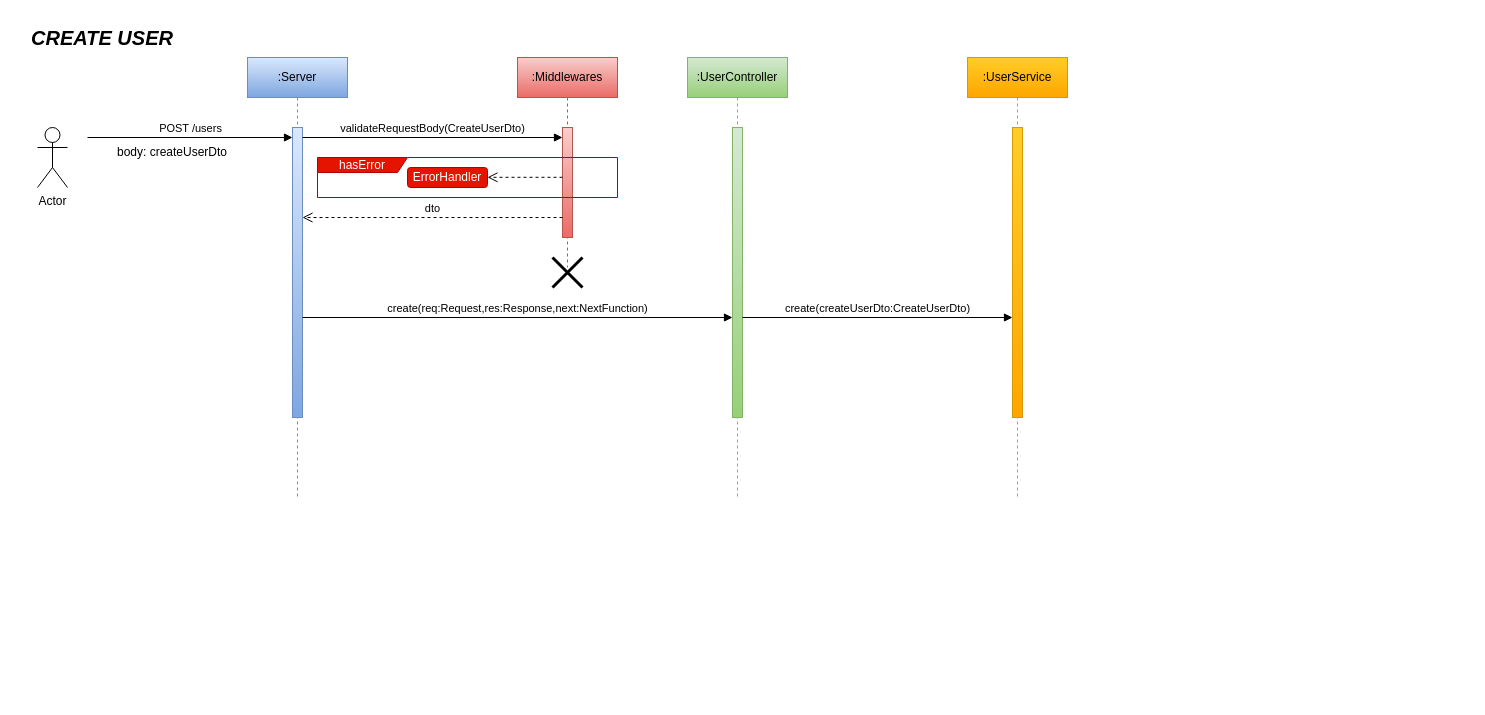
Matias-Viking/Veterinary keeps this draw.io diagram as page "Sequence" (2 of 2) of docs/Veterinaria design.drawio. Above is the earlier version. Source tidied: cells renumbered, new cells numbered last; positions are measured from the earlier drawing's top-left corner, leaving out a move shared by most shapes. Both pictures are drawn from the tidied source at 100%, with x=0, y=0 at pixel (17, 17).
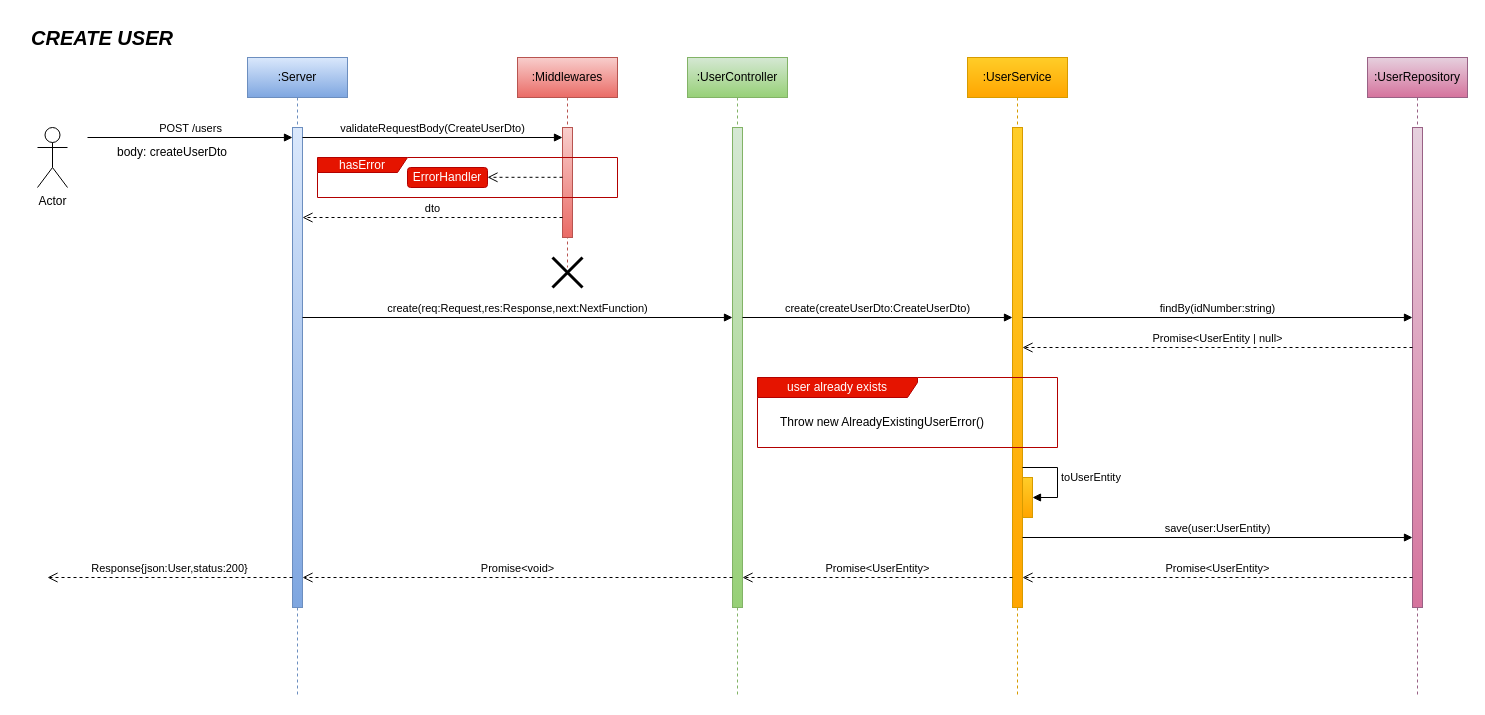
The same diagram, later.

The edit, as a diff of the source:
```diff
@@
     <mxCell id="2" value=":Server" style="shape=umlLifeline;perimeter=lifelinePerimeter;whiteSpace=wrap;html=1;newEdgeStyle={&quot;curved&quot;:0,&quot;rounded&quot;:0};fillColor=#dae8fc;gradientColor=#7ea6e0;strokeColor=#6c8ebf;" parent="1" vertex="1">
-      <mxGeometry x="230" y="40" width="100" height="440" as="geometry" />
+      <mxGeometry x="230" y="40" width="100" height="640" as="geometry" />
     </mxCell>
     <mxCell id="3" style="html=1;points=[[0,0,0,0,5],[0,1,0,0,-5],[1,0,0,0,5],[1,1,0,0,-5]];perimeter=orthogonalPerimeter;outlineConnect=0;targetShapes=umlLifeline;portConstraint=eastwest;newEdgeStyle={&quot;curved&quot;:0,&quot;rounded&quot;:0};fillColor=#dae8fc;gradientColor=#7ea6e0;strokeColor=#6c8ebf;" parent="2" vertex="1">
-      <mxGeometry x="45" y="70" width="10" height="290" as="geometry" />
+      <mxGeometry x="45" y="70" width="10" height="480" as="geometry" />
     </mxCell>
     <mxCell id="4" value=":UserController" style="shape=umlLifeline;perimeter=lifelinePerimeter;whiteSpace=wrap;html=1;newEdgeStyle={&quot;curved&quot;:0,&quot;rounded&quot;:0};fillColor=#d5e8d4;gradientColor=#97d077;strokeColor=#82b366;" parent="1" vertex="1">
-      <mxGeometry x="670" y="40" width="100" height="440" as="geometry" />
+      <mxGeometry x="670" y="40" width="100" height="640" as="geometry" />
     </mxCell>
     <mxCell id="5" style="html=1;perimeter=orthogonalPerimeter;targetShapes=umlLifeline;newEdgeStyle={&quot;curved&quot;:0,&quot;rounded&quot;:0};fillColor=#d5e8d4;gradientColor=#97d077;strokeColor=#82b366;" parent="4" vertex="1">
-      <mxGeometry x="45" y="70" width="10" height="290" as="geometry" />
+      <mxGeometry x="45" y="70" width="10" height="480" as="geometry" />
     </mxCell>
@@
     <mxCell id="19" value=":UserService" style="shape=umlLifeline;perimeter=lifelinePerimeter;whiteSpace=wrap;html=1;newEdgeStyle={&quot;curved&quot;:0,&quot;rounded&quot;:0};fillColor=#ffcd28;gradientColor=#ffa500;strokeColor=#d79b00;" parent="1" vertex="1">
-      <mxGeometry x="950" y="40" width="100" height="440" as="geometry" />
+      <mxGeometry x="950" y="40" width="100" height="640" as="geometry" />
     </mxCell>
     <mxCell id="20" style="html=1;points=[[0,0,0,0,5],[0,1,0,0,-5],[1,0,0,0,5],[1,1,0,0,-5]];perimeter=orthogonalPerimeter;outlineConnect=0;targetShapes=umlLifeline;portConstraint=eastwest;newEdgeStyle={&quot;curved&quot;:0,&quot;rounded&quot;:0};fillColor=#ffcd28;gradientColor=#ffa500;strokeColor=#d79b00;" parent="19" vertex="1">
-      <mxGeometry x="45" y="70" width="10" height="290" as="geometry" />
+      <mxGeometry x="45" y="70" width="10" height="480" as="geometry" />
     </mxCell>
+    <mxCell id="22" style="html=1;points=[[0,0,0,0,5],[0,1,0,0,-5],[1,0,0,0,5],[1,1,0,0,-5]];perimeter=orthogonalPerimeter;outlineConnect=0;targetShapes=umlLifeline;portConstraint=eastwest;newEdgeStyle={&quot;curved&quot;:0,&quot;rounded&quot;:0};fillColor=#ffcd28;gradientColor=#ffa500;strokeColor=#d79b00;" parent="19" vertex="1">
+      <mxGeometry x="55" y="420" width="10" height="40" as="geometry" />
+    </mxCell>
+    <mxCell id="23" value="toUserEntity" style="html=1;align=left;spacingLeft=2;endArrow=block;rounded=0;edgeStyle=orthogonalEdgeStyle;curved=0;rounded=0;" parent="19" edge="1" source="20" target="22">
+      <mxGeometry relative="1" as="geometry">
+        <Array as="points">
+          <mxPoint x="90" y="410" />
+          <mxPoint x="90" y="440" />
+        </Array>
+      </mxGeometry>
+    </mxCell>
@@
+    <mxCell id="24" value=":UserRepository" style="shape=umlLifeline;perimeter=lifelinePerimeter;whiteSpace=wrap;html=1;newEdgeStyle={&quot;curved&quot;:0,&quot;rounded&quot;:0};fillColor=#e6d0de;gradientColor=#d5739d;strokeColor=#996185;" parent="1" vertex="1">
+      <mxGeometry x="1350" y="40" width="100" height="640" as="geometry" />
+    </mxCell>
+    <mxCell id="25" style="html=1;points=[[0,0,0,0,5],[0,1,0,0,-5],[1,0,0,0,5],[1,1,0,0,-5]];perimeter=orthogonalPerimeter;outlineConnect=0;targetShapes=umlLifeline;portConstraint=eastwest;newEdgeStyle={&quot;curved&quot;:0,&quot;rounded&quot;:0};fillColor=#e6d0de;gradientColor=#d5739d;strokeColor=#996185;" parent="24" vertex="1">
+      <mxGeometry x="45" y="70" width="10" height="480" as="geometry" />
+    </mxCell>
+    <mxCell id="26" value="findBy(idNumber:string)" style="html=1;verticalAlign=bottom;endArrow=block;curved=0;rounded=0;" parent="1" edge="1">
+      <mxGeometry relative="1" as="geometry">
+        <mxPoint x="1005" y="300" as="sourcePoint" />
+        <mxPoint x="1395" y="300" as="targetPoint" />
+      </mxGeometry>
+    </mxCell>
+    <mxCell id="27" value="Promise&amp;lt;UserEntity | null&amp;gt;" style="html=1;verticalAlign=bottom;endArrow=open;dashed=1;endSize=8;curved=0;rounded=0;" parent="1" edge="1" source="25" target="20">
+      <mxGeometry relative="1" as="geometry">
+        <Array as="points">
+          <mxPoint x="1290" y="330" />
+        </Array>
+      </mxGeometry>
+    </mxCell>
+    <mxCell id="28" value="user already exists" style="shape=umlFrame;whiteSpace=wrap;html=1;width=160;height=20;fillColor=#e51400;fontColor=#ffffff;strokeColor=#B20000;" parent="1" vertex="1">
+      <mxGeometry x="740" y="360" width="300" height="70" as="geometry" />
+    </mxCell>
+    <mxCell id="29" value="Throw new AlreadyExistingUserError()" style="text;html=1;whiteSpace=wrap;strokeColor=none;fillColor=none;align=center;verticalAlign=middle;rounded=0;" parent="1" vertex="1">
+      <mxGeometry x="750" y="390" width="230" height="30" as="geometry" />
+    </mxCell>
+    <mxCell id="30" value="save(user:UserEntity)" style="html=1;verticalAlign=bottom;endArrow=block;curved=0;rounded=0;" parent="1" edge="1">
+      <mxGeometry relative="1" as="geometry">
+        <mxPoint x="1005" y="520" as="sourcePoint" />
+        <mxPoint x="1395" y="520" as="targetPoint" />
+      </mxGeometry>
+    </mxCell>
+    <mxCell id="31" value="Promise&amp;lt;UserEntity&amp;gt;" style="html=1;verticalAlign=bottom;endArrow=open;dashed=1;endSize=8;curved=0;rounded=0;" parent="1" edge="1">
+      <mxGeometry relative="1" as="geometry">
+        <mxPoint x="1395" y="560" as="sourcePoint" />
+        <mxPoint x="1005" y="560" as="targetPoint" />
+      </mxGeometry>
+    </mxCell>
+    <mxCell id="32" value="Promise&amp;lt;UserEntity&amp;gt;" style="html=1;verticalAlign=bottom;endArrow=open;dashed=1;endSize=8;curved=0;rounded=0;" parent="1" edge="1">
+      <mxGeometry relative="1" as="geometry">
+        <mxPoint x="995" y="560" as="sourcePoint" />
+        <mxPoint x="725" y="560" as="targetPoint" />
+      </mxGeometry>
+    </mxCell>
+    <mxCell id="33" value="Promise&amp;lt;void&amp;gt;" style="html=1;verticalAlign=bottom;endArrow=open;dashed=1;endSize=8;curved=0;rounded=0;" parent="1" edge="1">
+      <mxGeometry relative="1" as="geometry">
+        <mxPoint x="715" y="560" as="sourcePoint" />
+        <mxPoint x="285" y="560" as="targetPoint" />
+      </mxGeometry>
+    </mxCell>
+    <mxCell id="34" value="Response{json:User,status:200}" style="html=1;verticalAlign=bottom;endArrow=open;dashed=1;endSize=8;curved=0;rounded=0;" parent="1" edge="1" source="3">
+      <mxGeometry relative="1" as="geometry">
+        <mxPoint x="30" y="560" as="targetPoint" />
+      </mxGeometry>
+    </mxCell>
```
